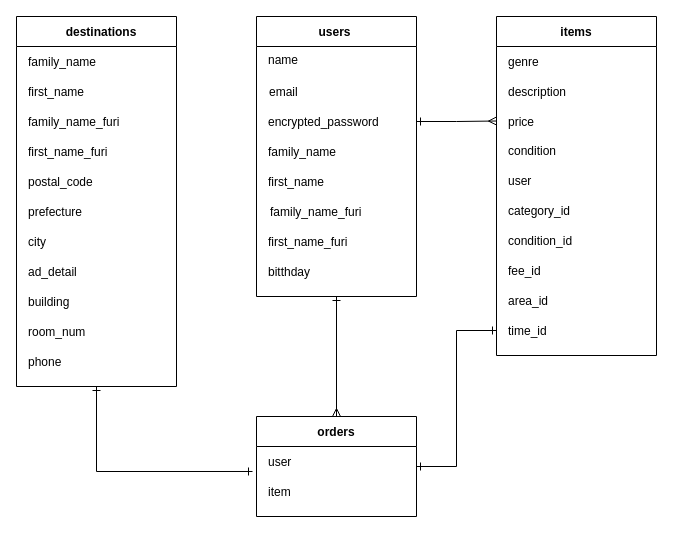
Before: ER.dio in westvillege/furima-29642, a draw.io diagram. Source tidied: cells renumbered, new cells numbered last; positions are measured from the earlier drawing's top-left corner, leaving out a move shared by most shapes. Both pictures are drawn from the tidied source at 100%, with x=0, y=0 at pixel (16, 16).
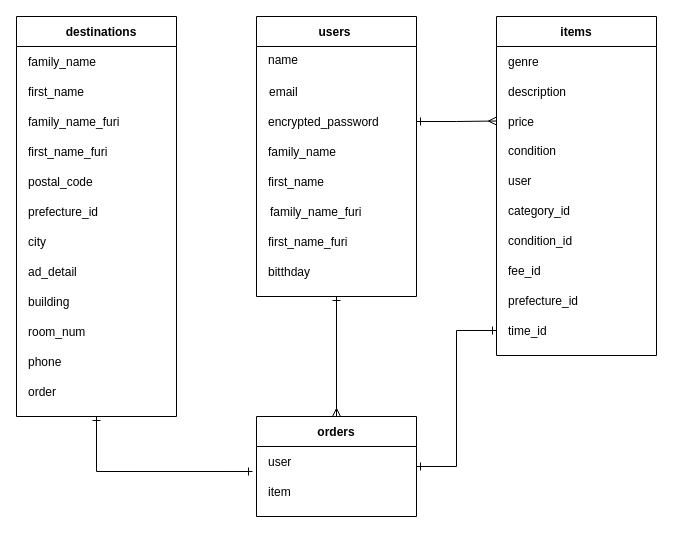
Above is the later version.

Unchanged cells that the change refers to:
```xml
<mxCell id="32" style="shape=partialRectangle;fillColor=none;top=0;left=0;bottom=0;right=0;" parent="21" vertex="1">
  <mxGeometry y="180" width="160" height="30" as="geometry" />
</mxCell>
<mxCell id="61" style="shape=partialRectangle;fillColor=none;top=0;left=0;bottom=0;right=0;" parent="44" vertex="1">
  <mxGeometry y="269" width="160" height="30" as="geometry" />
</mxCell>
```

The edit, as a diff of the source:
```diff
@@
     <mxCell id="21" value="destinations" style="shape=table;startSize=30;childLayout=tableLayout;rowLines=0;fontStyle=1;align=center;spacingLeft=10;" parent="1" vertex="1">
-      <mxGeometry width="160" height="370" as="geometry" />
+      <mxGeometry width="160" height="400" as="geometry" />
     </mxCell>
@@
-    <mxCell id="33" value="prefecture" style="shape=partialRectangle;fillColor=none;top=0;left=0;bottom=0;right=0;overflow=hidden;align=left;spacingLeft=10;" parent="32" vertex="1">
+    <mxCell id="33" value="prefecture_id" style="shape=partialRectangle;fillColor=none;top=0;left=0;bottom=0;right=0;overflow=hidden;align=left;spacingLeft=10;" parent="32" vertex="1">
       <mxGeometry width="160" height="30" as="geometry" />
     </mxCell>
@@
+    <mxCell id="72" style="shape=partialRectangle;fillColor=none;top=0;left=0;bottom=0;right=0;" parent="21" vertex="1">
+      <mxGeometry y="360" width="160" height="30" as="geometry" />
+    </mxCell>
+    <mxCell id="73" value="order" style="shape=partialRectangle;fillColor=none;top=0;left=0;bottom=0;right=0;overflow=hidden;align=left;spacingLeft=10;" parent="72" vertex="1">
+      <mxGeometry width="160" height="30" as="geometry" />
+    </mxCell>
@@
-    <mxCell id="62" value="area_id" style="shape=partialRectangle;fillColor=none;top=0;left=0;bottom=0;right=0;overflow=hidden;align=left;spacingLeft=10;" parent="61" vertex="1">
+    <mxCell id="62" value="prefecture_id" style="shape=partialRectangle;fillColor=none;top=0;left=0;bottom=0;right=0;overflow=hidden;align=left;spacingLeft=10;" parent="61" vertex="1">
       <mxGeometry width="160" height="30" as="geometry" />
     </mxCell>
```
